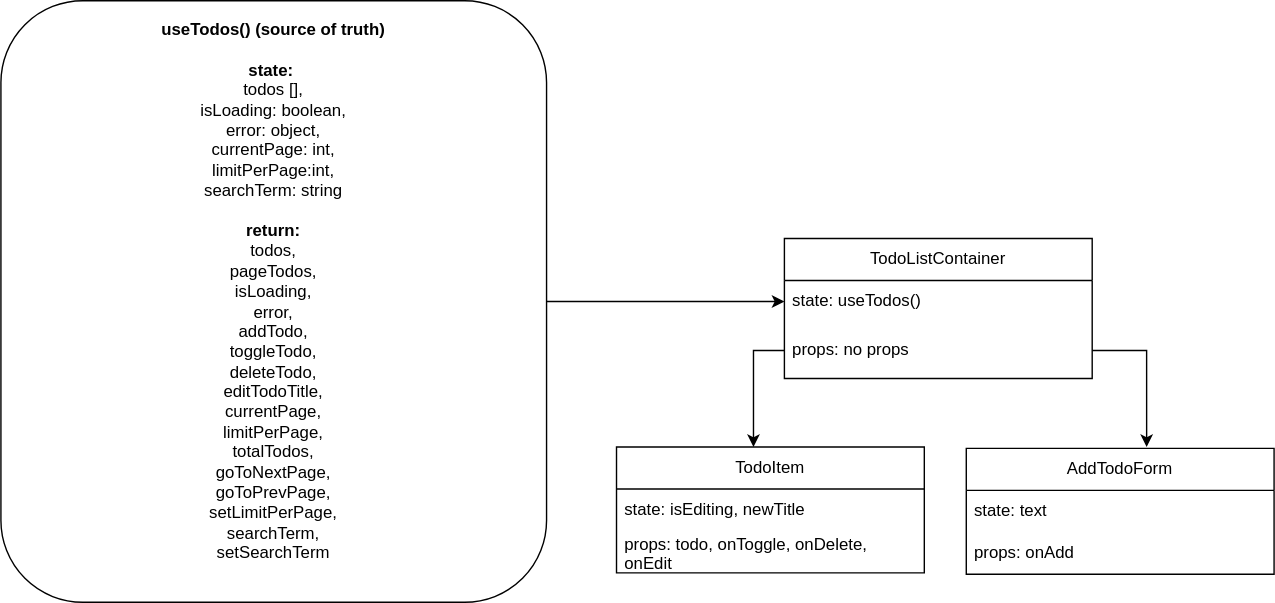
Above: todo_list/src/assets/ComponentTreeTodoList.svg in anastasiia-bozhenko/react_lab_4 (draw.io), before the change. Source tidied: cells renumbered, new cells last; positions are measured from the earlier drawing's top-left corner, leaving out a move shared by most shapes.
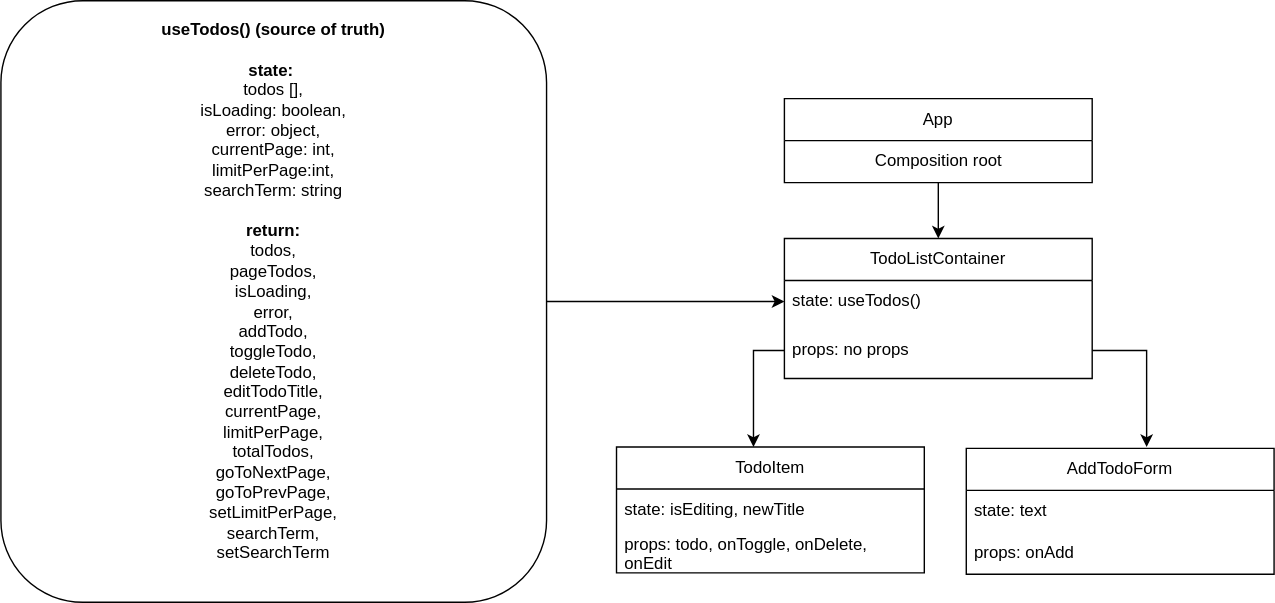
After the change.

Commit message:
diagram_with_app

The edit, as a diff of the source:
```diff
@@ -41,5 +41,14 @@
     <mxCell id="14" style="edgeStyle=orthogonalEdgeStyle;rounded=0;jettySize=auto;html=1;entryX=0.586;entryY=-0.011;entryDx=0;entryDy=0;entryPerimeter=0;" parent="1" edge="1" source="6" target="10">
       <mxGeometry relative="1" as="geometry" />
     </mxCell>
+    <mxCell id="15" style="edgeStyle=orthogonalEdgeStyle;rounded=0;jettySize=auto;html=1;entryX=0.5;entryY=0;entryDx=0;entryDy=0;" parent="1" edge="1" source="16" target="4">
+      <mxGeometry relative="1" as="geometry" />
+    </mxCell>
+    <mxCell id="16" value="App" style="swimlane;fontStyle=0;horizontal=1;startSize=30;whiteSpace=wrap;html=1;" parent="1" vertex="1">
+      <mxGeometry x="560" y="70" width="220" height="60" as="geometry" />
+    </mxCell>
+    <mxCell id="17" value="Composition root" style="text;html=1;align=center;verticalAlign=middle;strokeColor=none;fillColor=none;" parent="16" vertex="1">
+      <mxGeometry y="30" width="220" height="30" as="geometry" />
+    </mxCell>
   </root>
 </mxGraphModel>
```
